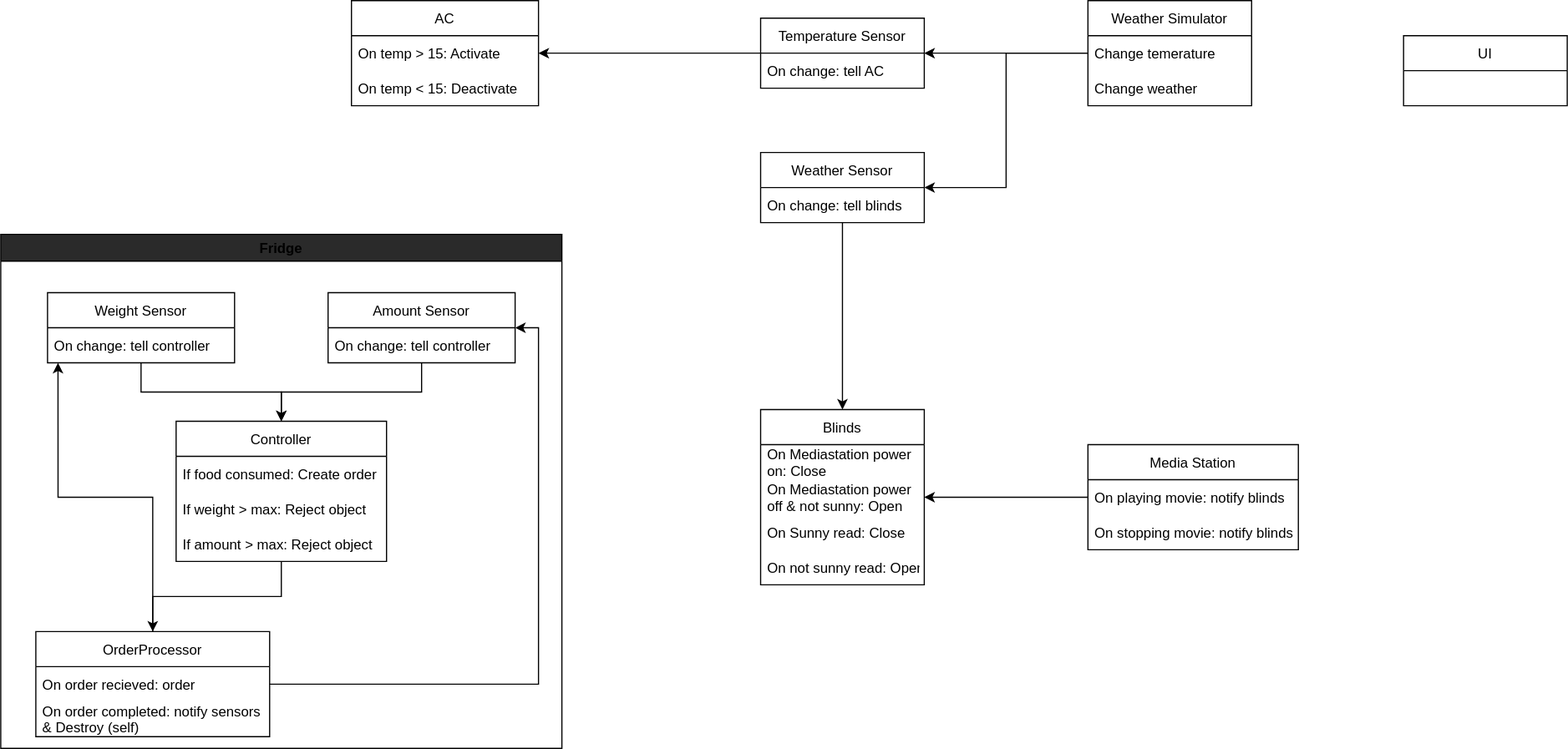
The draw.io diagram SystemStructure.svg in Smilyfail/Lab2SysArchitectures, before a commit. Source tidied: cells renumbered, new cells last; positions are measured from the earlier drawing's top-left corner, leaving out a move shared by most shapes. The source it was exported from:
```xml
<mxGraphModel>
  <root>
    <mxCell id="0" />
    <mxCell id="1" parent="0" />
    <mxCell id="2" value="Fridge" style="swimlane;fillColor=#2A2A2A;labelBackgroundColor=none;swimlaneFillColor=default;" parent="1" vertex="1">
      <mxGeometry y="200" width="480" height="440" as="geometry" />
    </mxCell>
    <mxCell id="3" style="edgeStyle=orthogonalEdgeStyle;rounded=0;jettySize=auto;html=1;entryX=0.5;entryY=0;entryDx=0;entryDy=0;" parent="2" edge="1" source="4" target="10">
      <mxGeometry relative="1" as="geometry" />
    </mxCell>
    <mxCell id="4" value="Weight Sensor" style="swimlane;fontStyle=0;horizontal=1;startSize=30;" parent="2" vertex="1">
      <mxGeometry x="40" y="50" width="160" height="60" as="geometry" />
    </mxCell>
    <mxCell id="5" value="On change: tell controller" style="text;strokeColor=none;fillColor=none;align=left;verticalAlign=middle;spacingLeft=4;spacingRight=4;overflow=hidden;points=[[0,0.5],[1,0.5]];portConstraint=eastwest;" parent="4" vertex="1">
      <mxGeometry y="30" width="160" height="30" as="geometry" />
    </mxCell>
    <mxCell id="6" style="edgeStyle=orthogonalEdgeStyle;rounded=0;jettySize=auto;html=1;" parent="2" edge="1" source="7" target="10">
      <mxGeometry relative="1" as="geometry" />
    </mxCell>
    <mxCell id="7" value="Amount Sensor" style="swimlane;fontStyle=0;horizontal=1;startSize=30;" parent="2" vertex="1">
      <mxGeometry x="280" y="50" width="160" height="60" as="geometry" />
    </mxCell>
    <mxCell id="8" value="On change: tell controller" style="text;strokeColor=none;fillColor=none;align=left;verticalAlign=middle;spacingLeft=4;spacingRight=4;overflow=hidden;" parent="7" vertex="1">
      <mxGeometry y="30" width="160" height="30" as="geometry" />
    </mxCell>
    <mxCell id="9" style="edgeStyle=orthogonalEdgeStyle;rounded=0;jettySize=auto;html=1;entryX=0.5;entryY=0;entryDx=0;entryDy=0;" parent="2" edge="1" source="10" target="15">
      <mxGeometry relative="1" as="geometry" />
    </mxCell>
    <mxCell id="10" value="Controller" style="swimlane;fontStyle=0;horizontal=1;startSize=30;" parent="2" vertex="1">
      <mxGeometry x="150" y="160" width="180" height="120" as="geometry" />
    </mxCell>
    <mxCell id="11" value="If food consumed: Create order" style="text;strokeColor=none;fillColor=none;align=left;verticalAlign=middle;spacingLeft=4;spacingRight=4;overflow=hidden;" parent="10" vertex="1">
      <mxGeometry y="30" width="180" height="30" as="geometry" />
    </mxCell>
    <mxCell id="12" value="If weight &gt; max: Reject object" style="text;strokeColor=none;fillColor=none;align=left;verticalAlign=middle;spacingLeft=4;spacingRight=4;overflow=hidden;" parent="10" vertex="1">
      <mxGeometry y="60" width="180" height="30" as="geometry" />
    </mxCell>
    <mxCell id="13" value="If amount &gt; max: Reject object" style="text;strokeColor=none;fillColor=none;align=left;verticalAlign=middle;spacingLeft=4;spacingRight=4;overflow=hidden;" parent="10" vertex="1">
      <mxGeometry y="90" width="180" height="30" as="geometry" />
    </mxCell>
    <mxCell id="14" style="edgeStyle=orthogonalEdgeStyle;rounded=0;jettySize=auto;html=1;entryX=0.056;entryY=1;entryDx=0;entryDy=0;entryPerimeter=0;" parent="2" edge="1" source="15" target="5">
      <mxGeometry relative="1" as="geometry" />
    </mxCell>
    <mxCell id="15" value="OrderProcessor" style="swimlane;fontStyle=0;horizontal=1;startSize=30;" parent="2" vertex="1">
      <mxGeometry x="30" y="340" width="200" height="90" as="geometry" />
    </mxCell>
    <mxCell id="16" value="On order recieved: order" style="text;strokeColor=none;fillColor=none;align=left;verticalAlign=middle;spacingLeft=4;spacingRight=4;overflow=hidden;" parent="15" vertex="1">
      <mxGeometry y="30" width="200" height="30" as="geometry" />
    </mxCell>
    <mxCell id="17" value="On order completed: notify sensors&#10;&amp; Destroy (self)" style="text;strokeColor=none;fillColor=none;align=left;verticalAlign=middle;spacingLeft=4;spacingRight=4;overflow=hidden;" parent="15" vertex="1">
      <mxGeometry y="60" width="200" height="30" as="geometry" />
    </mxCell>
    <mxCell id="18" style="edgeStyle=orthogonalEdgeStyle;rounded=0;jettySize=auto;html=1;entryX=1;entryY=0.5;entryDx=0;entryDy=0;" parent="2" edge="1" source="15" target="7">
      <mxGeometry relative="1" as="geometry" />
    </mxCell>
    <mxCell id="19" value="Blinds" style="swimlane;fontStyle=0;horizontal=1;startSize=30;" parent="1" vertex="1">
      <mxGeometry x="650" y="350" width="140" height="150" as="geometry" />
    </mxCell>
    <mxCell id="20" value="On Mediastation power&#10;on: Close" style="text;strokeColor=none;fillColor=none;align=left;verticalAlign=middle;spacingLeft=4;spacingRight=4;overflow=hidden;" parent="19" vertex="1">
      <mxGeometry y="30" width="140" height="30" as="geometry" />
    </mxCell>
    <mxCell id="21" value="On Mediastation power&#10;off &amp; not sunny: Open" style="text;strokeColor=none;fillColor=none;align=left;verticalAlign=middle;spacingLeft=4;spacingRight=4;overflow=hidden;" parent="19" vertex="1">
      <mxGeometry y="60" width="140" height="30" as="geometry" />
    </mxCell>
    <mxCell id="22" value="On Sunny read: Close" style="text;strokeColor=none;fillColor=none;align=left;verticalAlign=middle;spacingLeft=4;spacingRight=4;overflow=hidden;" parent="19" vertex="1">
      <mxGeometry y="90" width="140" height="30" as="geometry" />
    </mxCell>
    <mxCell id="23" value="On not sunny read: Open" style="text;strokeColor=none;fillColor=none;align=left;verticalAlign=middle;spacingLeft=4;spacingRight=4;overflow=hidden;" parent="19" vertex="1">
      <mxGeometry y="120" width="140" height="30" as="geometry" />
    </mxCell>
    <mxCell id="24" style="edgeStyle=orthogonalEdgeStyle;rounded=0;jettySize=auto;html=1;" parent="1" edge="1" source="25" target="19">
      <mxGeometry relative="1" as="geometry" />
    </mxCell>
    <mxCell id="25" value="Media Station" style="swimlane;fontStyle=0;horizontal=1;startSize=30;" parent="1" vertex="1">
      <mxGeometry x="930" y="380" width="180" height="90" as="geometry" />
    </mxCell>
    <mxCell id="26" value="On playing movie: notify blinds" style="text;strokeColor=none;fillColor=none;align=left;verticalAlign=middle;spacingLeft=4;spacingRight=4;overflow=hidden;" parent="25" vertex="1">
      <mxGeometry y="30" width="180" height="30" as="geometry" />
    </mxCell>
    <mxCell id="27" value="On stopping movie: notify blinds" style="text;strokeColor=none;fillColor=none;align=left;verticalAlign=middle;spacingLeft=4;spacingRight=4;overflow=hidden;" parent="25" vertex="1">
      <mxGeometry y="60" width="180" height="30" as="geometry" />
    </mxCell>
    <mxCell id="28" value="AC" style="swimlane;fontStyle=0;horizontal=1;startSize=30;" parent="1" vertex="1">
      <mxGeometry x="300" width="160" height="90" as="geometry" />
    </mxCell>
    <mxCell id="29" value="On temp &gt; 15: Activate" style="text;strokeColor=none;fillColor=none;align=left;verticalAlign=middle;spacingLeft=4;spacingRight=4;overflow=hidden;" parent="28" vertex="1">
      <mxGeometry y="30" width="160" height="30" as="geometry" />
    </mxCell>
    <mxCell id="30" value="On temp &lt; 15: Deactivate" style="text;strokeColor=none;fillColor=none;align=left;verticalAlign=middle;spacingLeft=4;spacingRight=4;overflow=hidden;" parent="28" vertex="1">
      <mxGeometry y="60" width="160" height="30" as="geometry" />
    </mxCell>
    <mxCell id="31" style="edgeStyle=orthogonalEdgeStyle;rounded=0;jettySize=auto;html=1;entryX=1;entryY=0.5;entryDx=0;entryDy=0;" parent="1" edge="1" source="32" target="28">
      <mxGeometry relative="1" as="geometry" />
    </mxCell>
    <mxCell id="32" value="Temperature Sensor" style="swimlane;fontStyle=0;horizontal=1;startSize=30;" parent="1" vertex="1">
      <mxGeometry x="650" y="15" width="140" height="60" as="geometry" />
    </mxCell>
    <mxCell id="33" value="On change: tell AC" style="text;strokeColor=none;fillColor=none;align=left;verticalAlign=middle;spacingLeft=4;spacingRight=4;overflow=hidden;" parent="32" vertex="1">
      <mxGeometry y="30" width="140" height="30" as="geometry" />
    </mxCell>
    <mxCell id="34" style="edgeStyle=orthogonalEdgeStyle;rounded=0;jettySize=auto;html=1;entryX=0.5;entryY=0;entryDx=0;entryDy=0;" parent="1" edge="1" source="35" target="19">
      <mxGeometry relative="1" as="geometry" />
    </mxCell>
    <mxCell id="35" value="Weather Sensor" style="swimlane;fontStyle=0;horizontal=1;startSize=30;" parent="1" vertex="1">
      <mxGeometry x="650" y="130" width="140" height="60" as="geometry" />
    </mxCell>
    <mxCell id="36" value="On change: tell blinds" style="text;strokeColor=none;fillColor=none;align=left;verticalAlign=middle;spacingLeft=4;spacingRight=4;overflow=hidden;" parent="35" vertex="1">
      <mxGeometry y="30" width="140" height="30" as="geometry" />
    </mxCell>
    <mxCell id="37" style="edgeStyle=orthogonalEdgeStyle;rounded=0;jettySize=auto;html=1;entryX=1;entryY=0.5;entryDx=0;entryDy=0;" parent="1" edge="1" source="39" target="32">
      <mxGeometry relative="1" as="geometry" />
    </mxCell>
    <mxCell id="38" style="edgeStyle=orthogonalEdgeStyle;rounded=0;jettySize=auto;html=1;entryX=1;entryY=0.5;entryDx=0;entryDy=0;" parent="1" edge="1" source="39" target="35">
      <mxGeometry relative="1" as="geometry" />
    </mxCell>
    <mxCell id="39" value="Weather Simulator" style="swimlane;fontStyle=0;horizontal=1;startSize=30;" parent="1" vertex="1">
      <mxGeometry x="930" width="140" height="90" as="geometry" />
    </mxCell>
    <mxCell id="40" value="Change temerature" style="text;strokeColor=none;fillColor=none;align=left;verticalAlign=middle;spacingLeft=4;spacingRight=4;overflow=hidden;" parent="39" vertex="1">
      <mxGeometry y="30" width="140" height="30" as="geometry" />
    </mxCell>
    <mxCell id="41" value="Change weather" style="text;strokeColor=none;fillColor=none;align=left;verticalAlign=middle;spacingLeft=4;spacingRight=4;overflow=hidden;" parent="39" vertex="1">
      <mxGeometry y="60" width="140" height="30" as="geometry" />
    </mxCell>
    <mxCell id="42" value="UI" style="swimlane;fontStyle=0;horizontal=1;startSize=30;" parent="1" vertex="1">
      <mxGeometry x="1200" y="30" width="140" height="60" as="geometry" />
    </mxCell>
  </root>
</mxGraphModel>
```
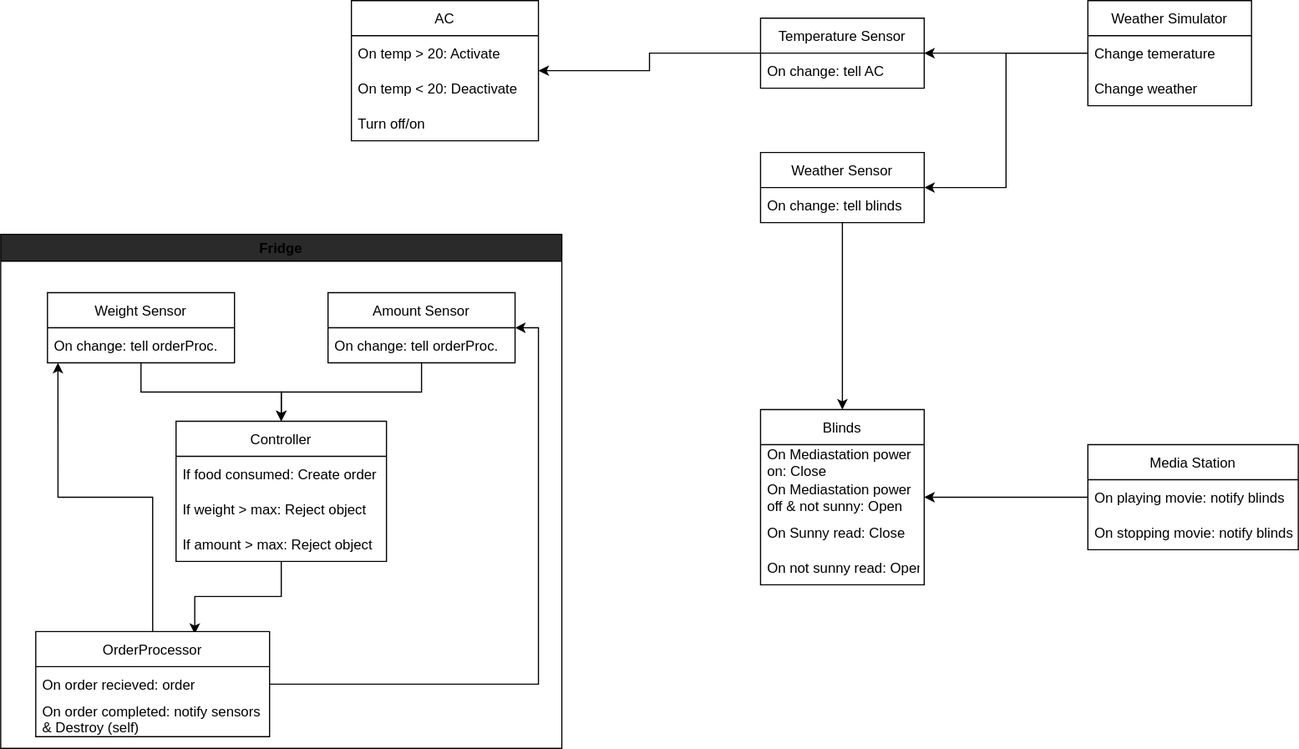
After the change.

The edit, as a diff of the source:
```diff
@@ -11,7 +11,7 @@
     <mxCell id="4" value="Weight Sensor" style="swimlane;fontStyle=0;horizontal=1;startSize=30;" parent="2" vertex="1">
       <mxGeometry x="40" y="50" width="160" height="60" as="geometry" />
     </mxCell>
-    <mxCell id="5" value="On change: tell controller" style="text;strokeColor=none;fillColor=none;align=left;verticalAlign=middle;spacingLeft=4;spacingRight=4;overflow=hidden;points=[[0,0.5],[1,0.5]];portConstraint=eastwest;" parent="4" vertex="1">
+    <mxCell id="5" value="On change: tell orderProc." style="text;strokeColor=none;fillColor=none;align=left;verticalAlign=middle;spacingLeft=4;spacingRight=4;overflow=hidden;points=[[0,0.5],[1,0.5]];portConstraint=eastwest;" parent="4" vertex="1">
       <mxGeometry y="30" width="160" height="30" as="geometry" />
     </mxCell>
     <mxCell id="6" style="edgeStyle=orthogonalEdgeStyle;rounded=0;jettySize=auto;html=1;" parent="2" edge="1" source="7" target="10">
@@ -20,10 +20,10 @@
     <mxCell id="7" value="Amount Sensor" style="swimlane;fontStyle=0;horizontal=1;startSize=30;" parent="2" vertex="1">
       <mxGeometry x="280" y="50" width="160" height="60" as="geometry" />
     </mxCell>
-    <mxCell id="8" value="On change: tell controller" style="text;strokeColor=none;fillColor=none;align=left;verticalAlign=middle;spacingLeft=4;spacingRight=4;overflow=hidden;" parent="7" vertex="1">
+    <mxCell id="8" value="On change: tell orderProc." style="text;strokeColor=none;fillColor=none;align=left;verticalAlign=middle;spacingLeft=4;spacingRight=4;overflow=hidden;" parent="7" vertex="1">
       <mxGeometry y="30" width="160" height="30" as="geometry" />
     </mxCell>
-    <mxCell id="9" style="edgeStyle=orthogonalEdgeStyle;rounded=0;jettySize=auto;html=1;entryX=0.5;entryY=0;entryDx=0;entryDy=0;" parent="2" edge="1" source="10" target="15">
+    <mxCell id="9" style="edgeStyle=orthogonalEdgeStyle;rounded=0;jettySize=auto;html=1;entryX=0.68;entryY=0.022;entryDx=0;entryDy=0;entryPerimeter=0;" parent="2" edge="1" source="10" target="15">
       <mxGeometry relative="1" as="geometry" />
     </mxCell>
     <mxCell id="10" value="Controller" style="swimlane;fontStyle=0;horizontal=1;startSize=30;" parent="2" vertex="1">
@@ -81,14 +81,17 @@
       <mxGeometry y="60" width="180" height="30" as="geometry" />
     </mxCell>
     <mxCell id="28" value="AC" style="swimlane;fontStyle=0;horizontal=1;startSize=30;" parent="1" vertex="1">
-      <mxGeometry x="300" width="160" height="90" as="geometry" />
+      <mxGeometry x="300" width="160" height="120" as="geometry" />
     </mxCell>
-    <mxCell id="29" value="On temp &gt; 15: Activate" style="text;strokeColor=none;fillColor=none;align=left;verticalAlign=middle;spacingLeft=4;spacingRight=4;overflow=hidden;" parent="28" vertex="1">
+    <mxCell id="29" value="On temp &gt; 20: Activate" style="text;strokeColor=none;fillColor=none;align=left;verticalAlign=middle;spacingLeft=4;spacingRight=4;overflow=hidden;" parent="28" vertex="1">
       <mxGeometry y="30" width="160" height="30" as="geometry" />
     </mxCell>
-    <mxCell id="30" value="On temp &lt; 15: Deactivate" style="text;strokeColor=none;fillColor=none;align=left;verticalAlign=middle;spacingLeft=4;spacingRight=4;overflow=hidden;" parent="28" vertex="1">
+    <mxCell id="30" value="On temp &lt; 20: Deactivate" style="text;strokeColor=none;fillColor=none;align=left;verticalAlign=middle;spacingLeft=4;spacingRight=4;overflow=hidden;" parent="28" vertex="1">
       <mxGeometry y="60" width="160" height="30" as="geometry" />
     </mxCell>
+    <mxCell id="43" value="Turn off/on" style="text;strokeColor=none;fillColor=none;align=left;verticalAlign=middle;spacingLeft=4;spacingRight=4;overflow=hidden;" parent="28" vertex="1">
+      <mxGeometry y="90" width="160" height="30" as="geometry" />
+    </mxCell>
     <mxCell id="31" style="edgeStyle=orthogonalEdgeStyle;rounded=0;jettySize=auto;html=1;entryX=1;entryY=0.5;entryDx=0;entryDy=0;" parent="1" edge="1" source="32" target="28">
       <mxGeometry relative="1" as="geometry" />
     </mxCell>
@@ -122,8 +125,5 @@
     <mxCell id="41" value="Change weather" style="text;strokeColor=none;fillColor=none;align=left;verticalAlign=middle;spacingLeft=4;spacingRight=4;overflow=hidden;" parent="39" vertex="1">
       <mxGeometry y="60" width="140" height="30" as="geometry" />
     </mxCell>
-    <mxCell id="42" value="UI" style="swimlane;fontStyle=0;horizontal=1;startSize=30;" parent="1" vertex="1">
-      <mxGeometry x="1200" y="30" width="140" height="60" as="geometry" />
-    </mxCell>
   </root>
 </mxGraphModel>
```
